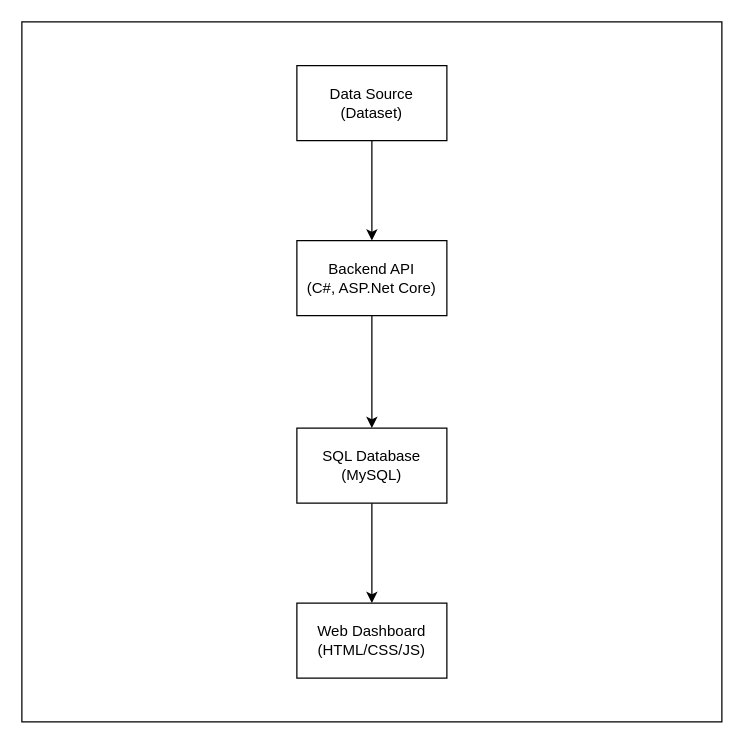
Earlier version of the draw.io diagram Notes/SystemArchitecture.drawio (jmatvdbergdotus/Project-2-Greenhouse-Management). Source tidied: cells renumbered, new cells numbered last; positions are measured from the earlier drawing's top-left corner, leaving out a move shared by most shapes. Both pictures are drawn from the tidied source at 125%, with x=0, y=0 at pixel (21, 21).
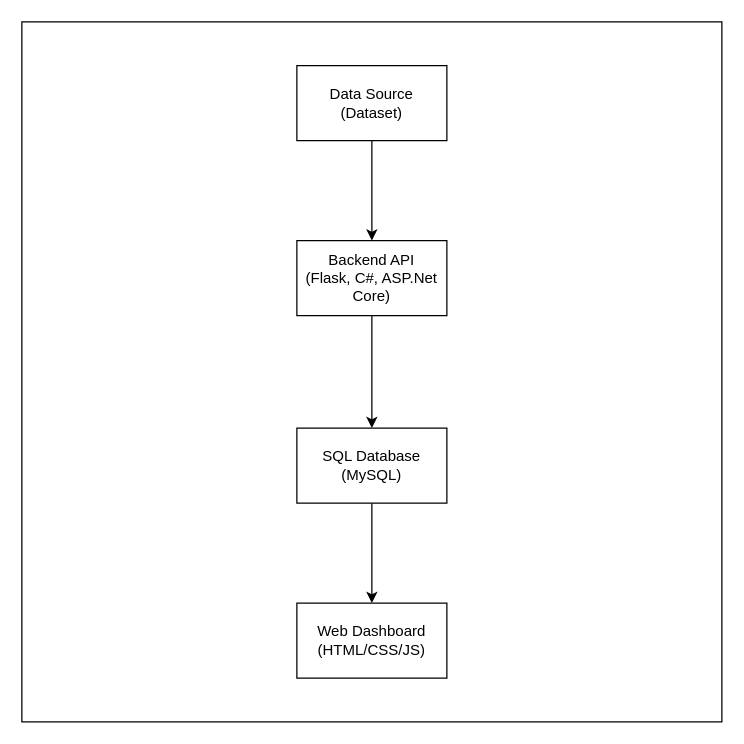
The same diagram, later.

What changed in the source:
```diff
@@
 <mxGraphModel>
   <root>
     <mxCell id="0" />
     <mxCell id="1" parent="0" />
     <mxCell id="2" style="edgeStyle=orthogonalEdgeStyle;rounded=0;jettySize=auto;html=1;" parent="1" edge="1" source="3">
       <mxGeometry relative="1" as="geometry">
         <mxPoint x="280" y="175" as="targetPoint" />
       </mxGeometry>
     </mxCell>
     <mxCell id="3" value="Data Source&lt;div&gt;(Dataset)&lt;/div&gt;" style="rounded=0;whiteSpace=wrap;html=1;" parent="1" vertex="1">
       <mxGeometry x="220" y="35" width="120" height="60" as="geometry" />
     </mxCell>
     <mxCell id="4" style="edgeStyle=orthogonalEdgeStyle;rounded=0;jettySize=auto;html=1;" parent="1" edge="1" source="5" target="7">
       <mxGeometry relative="1" as="geometry" />
     </mxCell>
-    <mxCell id="5" value="Backend API&lt;div&gt;(C#, ASP.Net Core)&lt;/div&gt;" style="rounded=0;whiteSpace=wrap;html=1;" parent="1" vertex="1">
+    <mxCell id="5" value="Backend API&lt;div&gt;(Flask, C#, ASP.Net Core)&lt;/div&gt;" style="rounded=0;whiteSpace=wrap;html=1;" parent="1" vertex="1">
       <mxGeometry x="220" y="175" width="120" height="60" as="geometry" />
     </mxCell>
     <mxCell id="6" style="edgeStyle=orthogonalEdgeStyle;rounded=0;jettySize=auto;html=1;" parent="1" edge="1" source="7" target="8">
       <mxGeometry relative="1" as="geometry" />
     </mxCell>
     <mxCell id="7" value="SQL Database&lt;div&gt;(MySQL)&lt;/div&gt;" style="rounded=0;whiteSpace=wrap;html=1;" parent="1" vertex="1">
       <mxGeometry x="220" y="325" width="120" height="60" as="geometry" />
     </mxCell>
     <mxCell id="8" value="Web Dashboard&lt;div&gt;(HTML/CSS/JS)&lt;/div&gt;" style="whiteSpace=wrap;html=1;rounded=0;" parent="1" vertex="1">
       <mxGeometry x="220" y="465" width="120" height="60" as="geometry" />
     </mxCell>
     <mxCell id="9" style="whiteSpace=wrap;html=1;fillColor=none;" parent="1" vertex="1">
       <mxGeometry width="560" height="560" as="geometry" />
     </mxCell>
   </root>
 </mxGraphModel>
```
